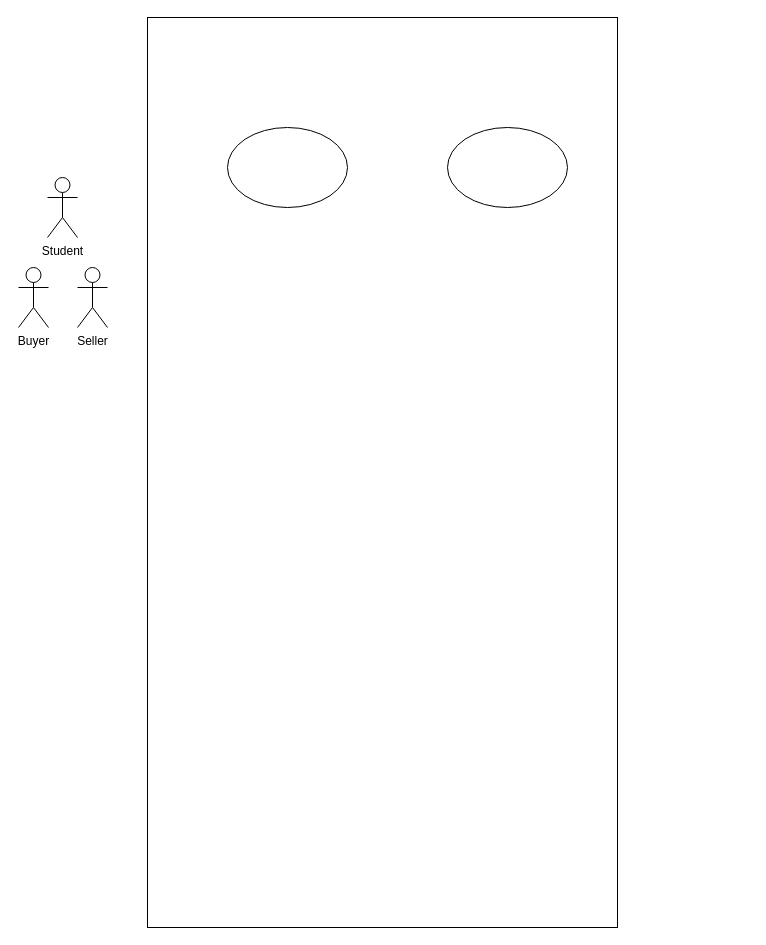
Earlier version of the draw.io diagram Untitled Diagram.drawio (Abhilash31304/auction_BidBox). Source tidied: cells renumbered, new cells numbered last; positions are measured from the earlier drawing's top-left corner, leaving out a move shared by most shapes. Both pictures are drawn from the tidied source at 100%, with x=0, y=0 at pixel (18, 17).
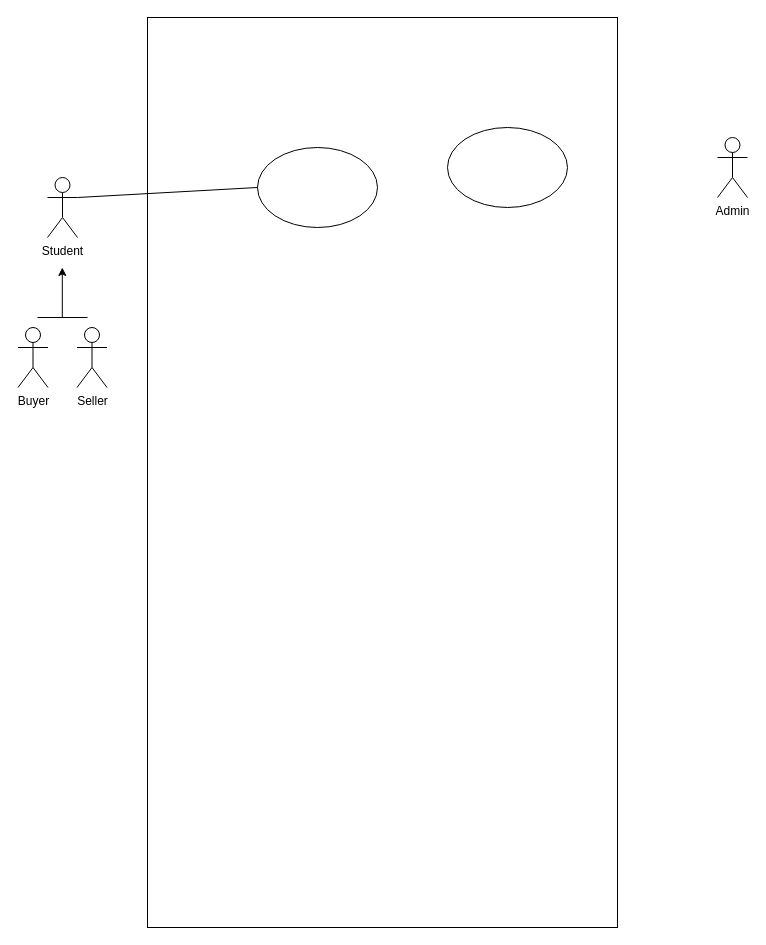
Above is the later version.

What changed in the source:
```diff
@@
 <mxGraphModel>
   <root>
     <mxCell id="0" />
     <mxCell id="1" parent="0" />
     <mxCell id="2" style="rounded=0;whiteSpace=wrap;html=1;" parent="1" vertex="1">
       <mxGeometry x="129" width="470" height="910" as="geometry" />
     </mxCell>
     <mxCell id="3" value="Student" style="shape=umlActor;verticalLabelPosition=bottom;verticalAlign=top;html=1;outlineConnect=0;" parent="1" vertex="1">
       <mxGeometry x="29" y="160" width="30" height="60" as="geometry" />
     </mxCell>
     <mxCell id="4" value="Seller" style="shape=umlActor;verticalLabelPosition=bottom;verticalAlign=top;html=1;" parent="1" vertex="1">
-      <mxGeometry x="59" y="250" width="30" height="60" as="geometry" />
+      <mxGeometry x="58.5" y="310" width="30" height="60" as="geometry" />
     </mxCell>
     <mxCell id="5" value="Buyer" style="shape=umlActor;verticalLabelPosition=bottom;verticalAlign=top;html=1;" parent="1" vertex="1">
-      <mxGeometry y="250" width="30" height="60" as="geometry" />
+      <mxGeometry x="-0.5" y="310" width="30" height="60" as="geometry" />
     </mxCell>
     <mxCell id="6" style="ellipse;whiteSpace=wrap;html=1;" parent="1" vertex="1">
       <mxGeometry x="429" y="110" width="120" height="80" as="geometry" />
     </mxCell>
     <mxCell id="7" style="ellipse;whiteSpace=wrap;html=1;" parent="1" vertex="1">
-      <mxGeometry x="209" y="110" width="120" height="80" as="geometry" />
+      <mxGeometry x="239" y="130" width="120" height="80" as="geometry" />
     </mxCell>
+    <mxCell id="8" value="Admin" style="shape=umlActor;verticalLabelPosition=bottom;verticalAlign=top;html=1;" parent="1" vertex="1">
+      <mxGeometry x="699" y="120" width="30" height="60" as="geometry" />
+    </mxCell>
+    <mxCell id="9" style="endArrow=none;html=1;rounded=0;" parent="1" edge="1">
+      <mxGeometry relative="1" as="geometry">
+        <mxPoint x="19" y="300" as="sourcePoint" />
+        <mxPoint x="69" y="300" as="targetPoint" />
+      </mxGeometry>
+    </mxCell>
+    <mxCell id="10" style="endArrow=classic;html=1;rounded=0;" parent="1" edge="1">
+      <mxGeometry relative="1" as="geometry">
+        <mxPoint x="43.8" y="300" as="sourcePoint" />
+        <mxPoint x="43.8" y="250" as="targetPoint" />
+      </mxGeometry>
+    </mxCell>
+    <mxCell id="11" style="endArrow=none;html=1;rounded=0;entryX=0;entryY=0.5;entryDx=0;entryDy=0;exitX=1;exitY=0.3333333333333333;exitDx=0;exitDy=0;exitPerimeter=0;" parent="1" edge="1" source="3" target="7">
+      <mxGeometry relative="1" as="geometry" />
+    </mxCell>
   </root>
 </mxGraphModel>
```
